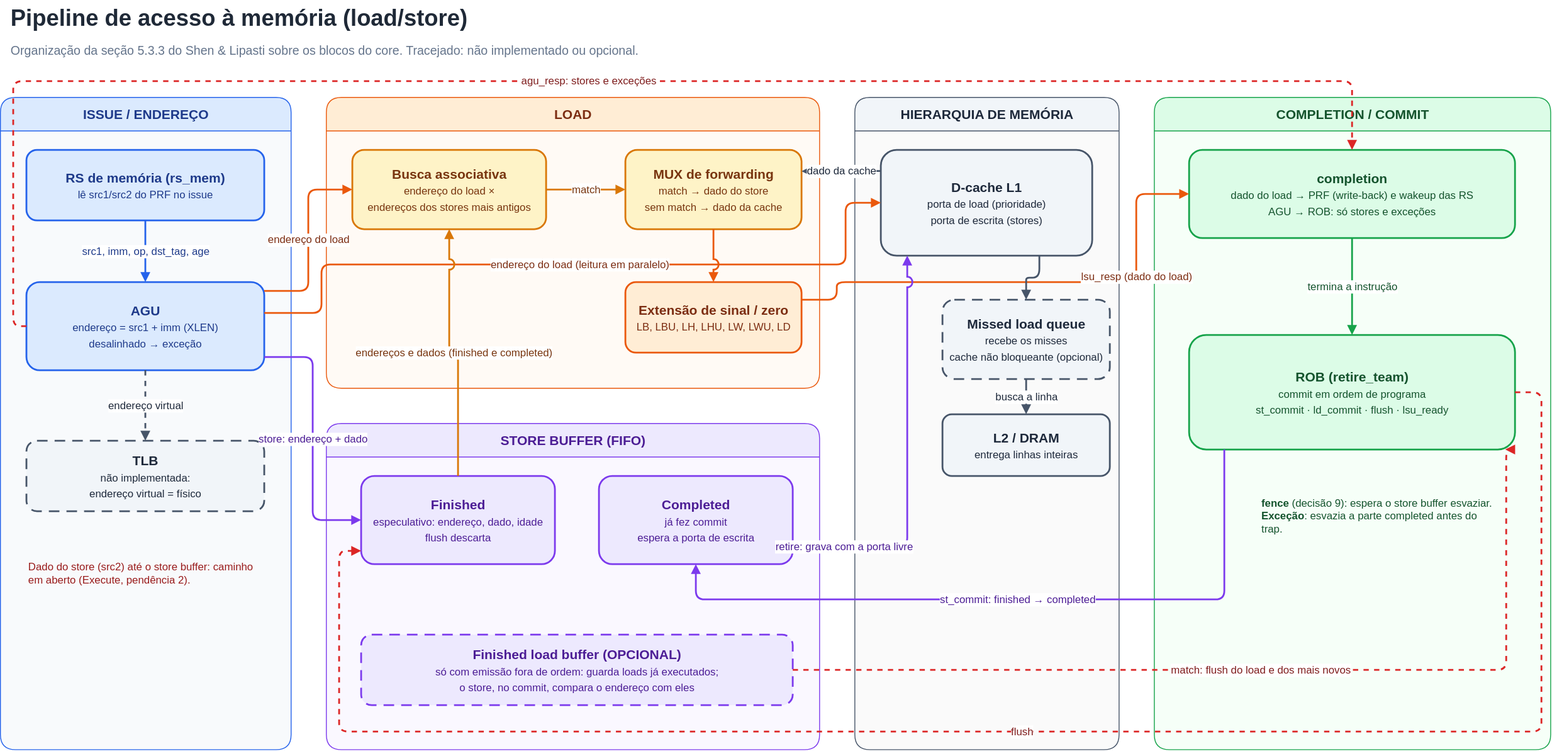
This is docs/desenho_caminho_dados/memory_datapath/memory.drawio.svg from SoaresDavidson/superscalar-riscv, a draw.io export, as it was before one commit. Source tidied: cells renumbered, new cells last; positions are measured from the earlier drawing's top-left corner, leaving out a move shared by most shapes.
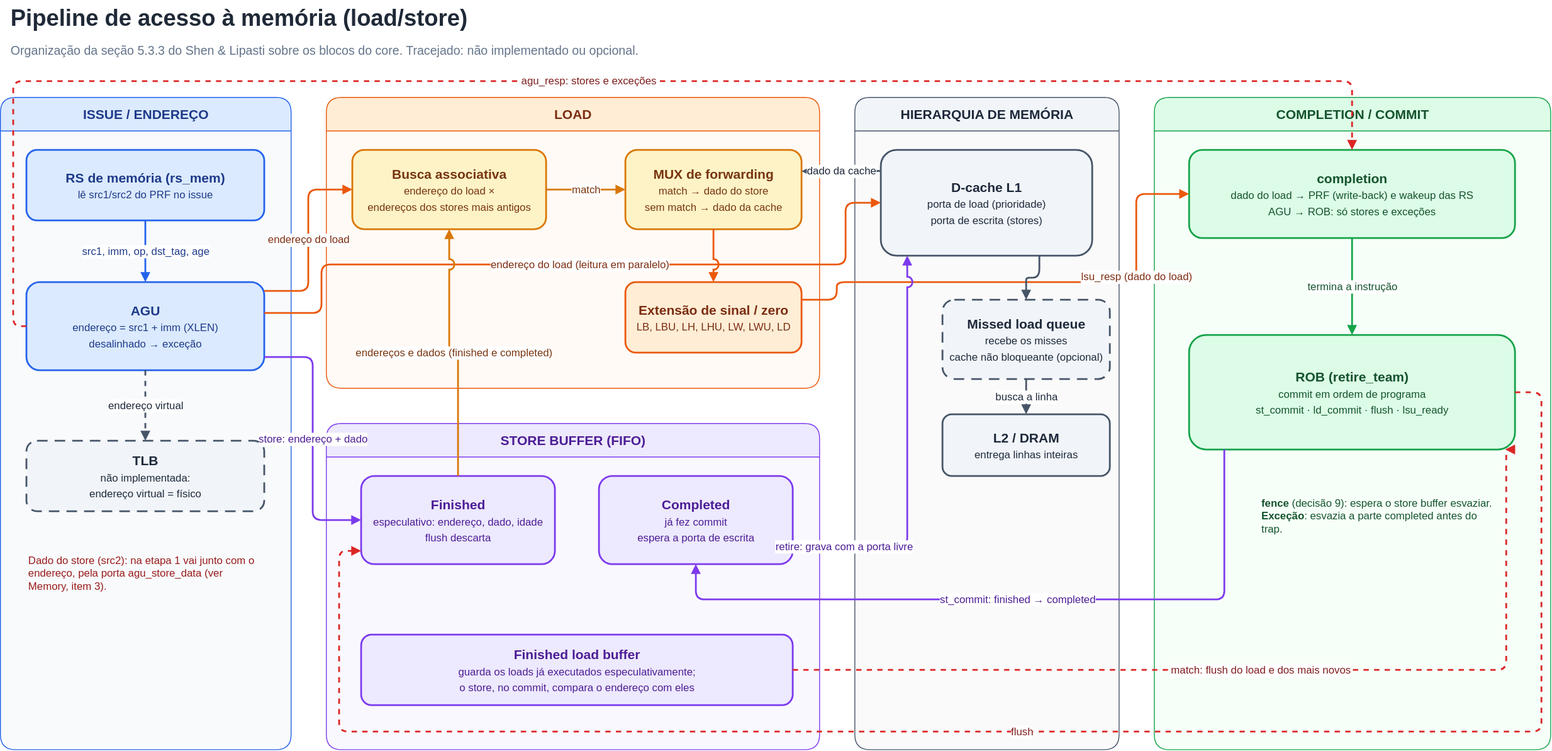
The same file after the commit.

Commit message:
docs(memory): finished load buffer deixa de ser opcional no diagrama

Diff of the diagram source:
```diff
@@ -41,7 +41,7 @@
     <mxCell id="14" value="&lt;b&gt;Completed&lt;/b&gt;&lt;br&gt;&lt;font style=&quot;font-size:12px;font-weight:normal&quot;&gt;já fez commit&lt;br&gt;espera a porta de escrita&lt;/font&gt;" style="rounded=1;whiteSpace=wrap;html=1;fillColor=#EDE9FE;strokeColor=#7C3AED;strokeWidth=2;fontSize=15;fontColor=#4C1D95;" parent="12" vertex="1">
       <mxGeometry x="310" y="60" width="220" height="100" as="geometry" />
     </mxCell>
-    <mxCell id="15" value="&lt;b&gt;Finished load buffer (OPCIONAL)&lt;/b&gt;&lt;br&gt;&lt;font style=&quot;font-size:12px;font-weight:normal&quot;&gt;só com emissão fora de ordem: guarda loads já executados;&lt;br&gt;o store, no commit, compara o endereço com eles&lt;/font&gt;" style="rounded=1;whiteSpace=wrap;html=1;fillColor=#EDE9FE;strokeColor=#7C3AED;strokeWidth=2;fontSize=15;fontColor=#4C1D95;dashed=1;dashPattern=6 4;" parent="12" vertex="1">
+    <mxCell id="15" value="&lt;b&gt;Finished load buffer&lt;/b&gt;&lt;br&gt;&lt;font style=&quot;font-size:12px;font-weight:normal&quot;&gt;guarda os loads já executados especulativamente;&lt;br&gt;o store, no commit, compara o endereço com eles&lt;/font&gt;" style="rounded=1;whiteSpace=wrap;html=1;fillColor=#EDE9FE;strokeColor=#7C3AED;strokeWidth=2;fontSize=15;fontColor=#4C1D95;" parent="12" vertex="1">
       <mxGeometry x="40" y="240" width="490" height="80" as="geometry" />
     </mxCell>
     <mxCell id="16" value="HIERARQUIA DE MEMÓRIA" style="swimlane;html=1;rounded=1;startSize=38;horizontal=1;fillColor=#F1F5F9;swimlaneFillColor=#FAFAFA;strokeColor=#475569;fontColor=#1E293B;fontStyle=1;fontSize=15;" parent="1" vertex="1">
@@ -65,7 +65,7 @@
     <mxCell id="22" value="&lt;b&gt;ROB (retire_team)&lt;/b&gt;&lt;br&gt;&lt;font style=&quot;font-size:12px;font-weight:normal&quot;&gt;commit em ordem de programa&lt;br&gt;st_commit · ld_commit · flush · lsu_ready&lt;/font&gt;" style="rounded=1;whiteSpace=wrap;html=1;fillColor=#DCFCE7;strokeColor=#16A34A;strokeWidth=2;fontSize=15;fontColor=#14532D;" parent="20" vertex="1">
       <mxGeometry x="40" y="270" width="370" height="130" as="geometry" />
     </mxCell>
-    <mxCell id="23" value="Dado do store (src2) até o store buffer: caminho em aberto (Execute, pendência 2)." style="text;html=1;whiteSpace=wrap;align=left;verticalAlign=middle;fontSize=12;fontColor=#991B1B;fontStyle=0;" parent="1" vertex="1">
+    <mxCell id="23" value="Dado do store (src2): na etapa 1 vai junto com o endereço, pela porta agu_store_data (ver Memory, item 3)." style="text;html=1;whiteSpace=wrap;align=left;verticalAlign=middle;fontSize=12;fontColor=#991B1B;fontStyle=0;" parent="1" vertex="1">
       <mxGeometry x="30" y="620" width="270" height="60" as="geometry" />
     </mxCell>
     <mxCell id="24" value="&lt;b&gt;fence&lt;/b&gt; (decisão 9): espera o store buffer esvaziar.&lt;br&gt;&lt;b&gt;Exceção&lt;/b&gt;: esvazia a parte completed antes do trap." style="text;html=1;whiteSpace=wrap;align=left;verticalAlign=middle;fontSize=12;fontColor=#14532D;fontStyle=0;" parent="1" vertex="1">
```
